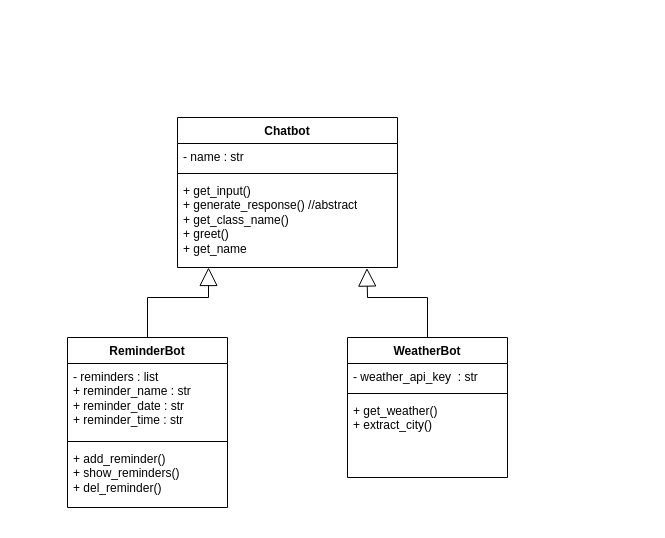
The draw.io diagram umldiagram.drawio in barisparlakk/omniabotv2, before the edit. Source tidied: cells renumbered, new cells numbered last; positions are measured from the earlier drawing's top-left corner, leaving out a move shared by most shapes. Both pictures are drawn from the tidied source at 100%, with x=0, y=0 at pixel (67, 117).
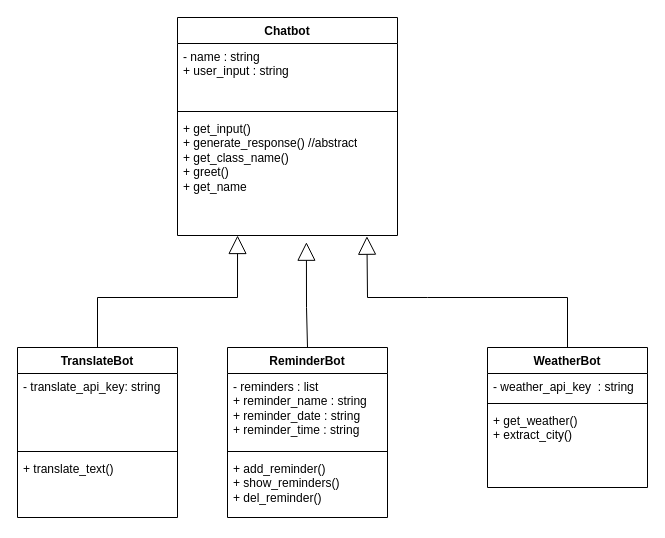
Above is the later version.

Commit message (it also covers changes not shown here):
Minor changes on UML Diagram

Change to the diagram source:
```diff
@@
     <mxCell id="2" value="Chatbot" style="swimlane;fontStyle=1;align=center;verticalAlign=top;horizontal=1;startSize=26;whiteSpace=wrap;html=1;" parent="1" vertex="1">
-      <mxGeometry x="110" width="220" height="150" as="geometry" />
+      <mxGeometry x="110" y="-100" width="220" height="218" as="geometry" />
     </mxCell>
-    <mxCell id="3" value="- name : str" style="text;strokeColor=none;fillColor=none;align=left;verticalAlign=top;spacingLeft=4;spacingRight=4;overflow=hidden;whiteSpace=wrap;html=1;" parent="2" vertex="1">
-      <mxGeometry y="26" width="220" height="26" as="geometry" />
+    <mxCell id="3" value="- name : string&lt;br&gt;+ user_input : string" style="text;strokeColor=none;fillColor=none;align=left;verticalAlign=top;spacingLeft=4;spacingRight=4;overflow=hidden;whiteSpace=wrap;html=1;" parent="2" vertex="1">
+      <mxGeometry y="26" width="220" height="64" as="geometry" />
     </mxCell>
     <mxCell id="4" style="line;strokeWidth=1;fillColor=none;align=left;verticalAlign=middle;spacingTop=-1;spacingLeft=3;spacingRight=3;labelPosition=right;strokeColor=inherit;" parent="2" vertex="1">
-      <mxGeometry y="52" width="220" height="8" as="geometry" />
+      <mxGeometry y="90" width="220" height="8" as="geometry" />
     </mxCell>
     <mxCell id="5" value="&lt;div&gt;+ get_input()&lt;/div&gt;&lt;div&gt;+ generate_response() //abstract&lt;/div&gt;&lt;div&gt;+ get_class_name()&lt;/div&gt;&lt;div&gt;+ greet()&lt;/div&gt;&lt;div&gt;+ get_name&lt;/div&gt;" style="text;strokeColor=none;fillColor=none;align=left;verticalAlign=top;spacingLeft=4;spacingRight=4;overflow=hidden;points=[[0,0.5],[1,0.5]];portConstraint=eastwest;whiteSpace=wrap;html=1;" parent="2" vertex="1">
-      <mxGeometry y="60" width="220" height="90" as="geometry" />
+      <mxGeometry y="98" width="220" height="120" as="geometry" />
     </mxCell>
     <mxCell id="6" value="WeatherBot" style="swimlane;fontStyle=1;align=center;verticalAlign=top;horizontal=1;startSize=26;whiteSpace=wrap;html=1;" parent="1" vertex="1">
-      <mxGeometry x="280" y="220" width="160" height="140" as="geometry" />
+      <mxGeometry x="420" y="230" width="160" height="140" as="geometry" />
     </mxCell>
-    <mxCell id="7" value="- weather_api_key&amp;nbsp; : str" style="text;strokeColor=none;fillColor=none;align=left;verticalAlign=top;spacingLeft=4;spacingRight=4;overflow=hidden;whiteSpace=wrap;html=1;" parent="6" vertex="1">
+    <mxCell id="7" value="- weather_api_key&amp;nbsp; : string" style="text;strokeColor=none;fillColor=none;align=left;verticalAlign=top;spacingLeft=4;spacingRight=4;overflow=hidden;whiteSpace=wrap;html=1;" parent="6" vertex="1">
       <mxGeometry y="26" width="160" height="26" as="geometry" />
     </mxCell>
@@
     <mxCell id="10" value="ReminderBot" style="swimlane;fontStyle=1;align=center;verticalAlign=top;horizontal=1;startSize=26;whiteSpace=wrap;html=1;" parent="1" vertex="1">
-      <mxGeometry y="220" width="160" height="170" as="geometry" />
+      <mxGeometry x="160" y="230" width="160" height="170" as="geometry" />
     </mxCell>
-    <mxCell id="11" value="- reminders : list&lt;br&gt;+ reminder_name : str&lt;br&gt;+ reminder_date : str&lt;br&gt;+ reminder_time : str" style="text;strokeColor=none;fillColor=none;align=left;verticalAlign=top;spacingLeft=4;spacingRight=4;overflow=hidden;whiteSpace=wrap;html=1;" parent="10" vertex="1">
+    <mxCell id="11" value="- reminders : list&lt;br&gt;+ reminder_name : string&lt;br&gt;+ reminder_date : string&lt;br&gt;+ reminder_time : string" style="text;strokeColor=none;fillColor=none;align=left;verticalAlign=top;spacingLeft=4;spacingRight=4;overflow=hidden;whiteSpace=wrap;html=1;" parent="10" vertex="1">
       <mxGeometry y="26" width="160" height="74" as="geometry" />
     </mxCell>
@@
-    <mxCell id="14" style="endArrow=block;endSize=16;endFill=0;html=1;rounded=0;exitX=0.5;exitY=0;exitDx=0;exitDy=0;entryX=0.141;entryY=1;entryDx=0;entryDy=0;entryPerimeter=0;" parent="1" edge="1" source="10" target="5">
+    <mxCell id="14" style="endArrow=block;endSize=16;endFill=0;html=1;rounded=0;exitX=0.5;exitY=0;exitDx=0;exitDy=0;entryX=0.586;entryY=1.056;entryDx=0;entryDy=0;entryPerimeter=0;" parent="1" edge="1" source="10" target="5">
       <mxGeometry relative="1" as="geometry">
         <Array as="points">
-          <mxPoint x="80" y="180" />
-          <mxPoint x="141" y="180" />
+          <mxPoint x="239" y="190" />
         </Array>
       </mxGeometry>
     </mxCell>
     <mxCell id="15" style="endArrow=block;endSize=16;endFill=0;html=1;rounded=0;entryX=0.861;entryY=1.006;entryDx=0;entryDy=0;entryPerimeter=0;exitX=0.5;exitY=0;exitDx=0;exitDy=0;" parent="1" edge="1" source="6" target="5">
       <mxGeometry relative="1" as="geometry">
         <Array as="points">
+          <mxPoint x="500" y="180" />
           <mxPoint x="360" y="180" />
           <mxPoint x="300" y="180" />
         </Array>
       </mxGeometry>
     </mxCell>
+    <mxCell id="16" value="TranslateBot" style="swimlane;fontStyle=1;align=center;verticalAlign=top;horizontal=1;startSize=26;whiteSpace=wrap;html=1;" parent="1" vertex="1">
+      <mxGeometry x="-50" y="230" width="160" height="170" as="geometry" />
+    </mxCell>
+    <mxCell id="17" value="- translate_api_key: string&lt;br&gt;" style="text;strokeColor=none;fillColor=none;align=left;verticalAlign=top;spacingLeft=4;spacingRight=4;overflow=hidden;whiteSpace=wrap;html=1;" parent="16" vertex="1">
+      <mxGeometry y="26" width="160" height="74" as="geometry" />
+    </mxCell>
+    <mxCell id="18" style="line;strokeWidth=1;fillColor=none;align=left;verticalAlign=middle;spacingTop=-1;spacingLeft=3;spacingRight=3;labelPosition=right;strokeColor=inherit;" parent="16" vertex="1">
+      <mxGeometry y="100" width="160" height="8" as="geometry" />
+    </mxCell>
+    <mxCell id="19" value="+ translate_text()" style="text;strokeColor=none;fillColor=none;align=left;verticalAlign=top;spacingLeft=4;spacingRight=4;overflow=hidden;whiteSpace=wrap;html=1;" parent="16" vertex="1">
+      <mxGeometry y="108" width="160" height="62" as="geometry" />
+    </mxCell>
+    <mxCell id="20" style="endArrow=block;endSize=16;endFill=0;html=1;rounded=0;entryX=0.273;entryY=1;entryDx=0;entryDy=0;entryPerimeter=0;exitX=0.5;exitY=0;exitDx=0;exitDy=0;" parent="1" edge="1" source="16" target="5">
+      <mxGeometry relative="1" as="geometry">
+        <Array as="points">
+          <mxPoint x="30" y="180" />
+          <mxPoint x="170" y="180" />
+        </Array>
+      </mxGeometry>
+    </mxCell>
```
